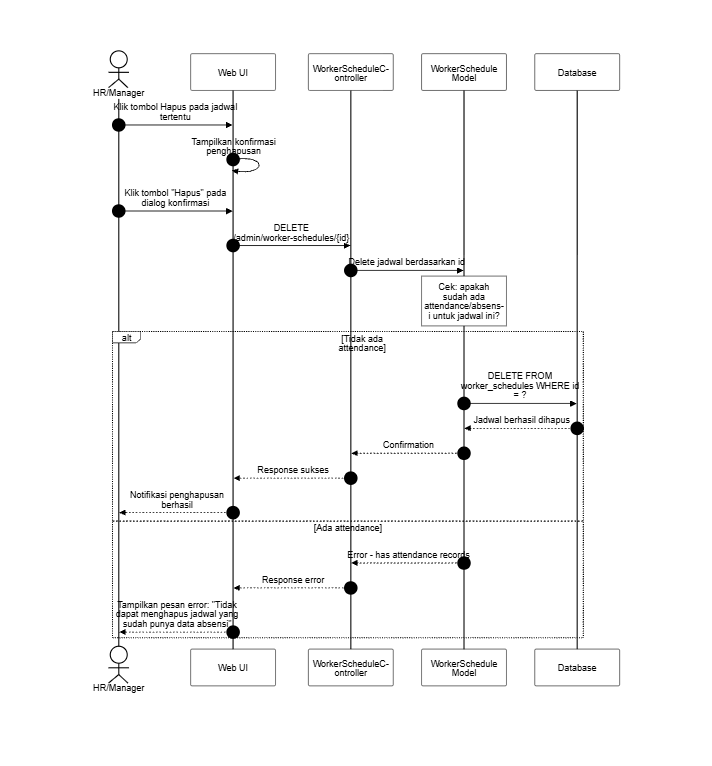
Above: docs/SequenceDiagram/PNG_Transparent/KelolaJadwalPegawai-Hapus.png in SulaimanHafi23/SimpegRSHDI (Mermaid), before the change. Its source is kept beside it as docs/SequenceDiagram/KelolaJadwalPegawai-Hapus.mermaid. Its diagram source:
```mermaid
---
id: KelolaJadwalPegawai-HapusJadwal
title: Kelola Jadwal Pegawai - Hapus Jadwal
---
%%{init: {"theme": "base", "themeVariables": {"background": "#dddddd", "primaryColor": "#ffffff", "primaryBorderColor": "#000000", "primaryTextColor": "#000000", "lineColor": "#000000", "textColor": "#000000", "actorBkg": "#ffffff", "actorBorder": "#000000", "actorTextColor": "#000000", "activationBkgColor": "#ffffff", "activationBorderColor": "#000000", "signalColor": "#000000", "signalTextColor": "#000000", "labelBoxBkgColor": "#ffffff", "labelBoxBorderColor": "#000000", "labelTextColor": "#000000", "sequenceNumberColor": "#000000", "noteBkgColor": "#ffffff", "noteBorderColor": "#000000", "noteTextColor": "#000000"}, "sequence": {"useMaxWidth": true, "wrap": true, "messageFontSize": 12, "noteFontSize": 12}}}%%
sequenceDiagram
    autonumber
    actor HR as HR/Manager
    participant UI as Web UI
    participant C as WorkerScheduleController
    participant WS as WorkerSchedule Model
    participant DB as Database

    HR->>UI: Klik tombol Hapus pada jadwal tertentu
    UI->>UI: Tampilkan konfirmasi penghapusan
    HR->>UI: Klik tombol "Hapus" pada dialog konfirmasi
    UI->>C: DELETE /admin/worker-schedules/{id}
    C->>WS: Delete jadwal berdasarkan id
    note over WS: Cek: apakah sudah ada attendance/absensi untuk jadwal ini?
    alt Tidak ada attendance
        WS->>DB: DELETE FROM worker_schedules WHERE id = ?
        DB-->>WS: Jadwal berhasil dihapus
        WS-->>C: Confirmation
        C-->>UI: Response sukses
        UI-->>HR: Notifikasi penghapusan berhasil
    else Ada attendance
        WS-->>C: Error - has attendance records
        C-->>UI: Response error
        UI-->>HR: Tampilkan pesan error: "Tidak dapat menghapus jadwal yang sudah punya data absensi"
    end
```
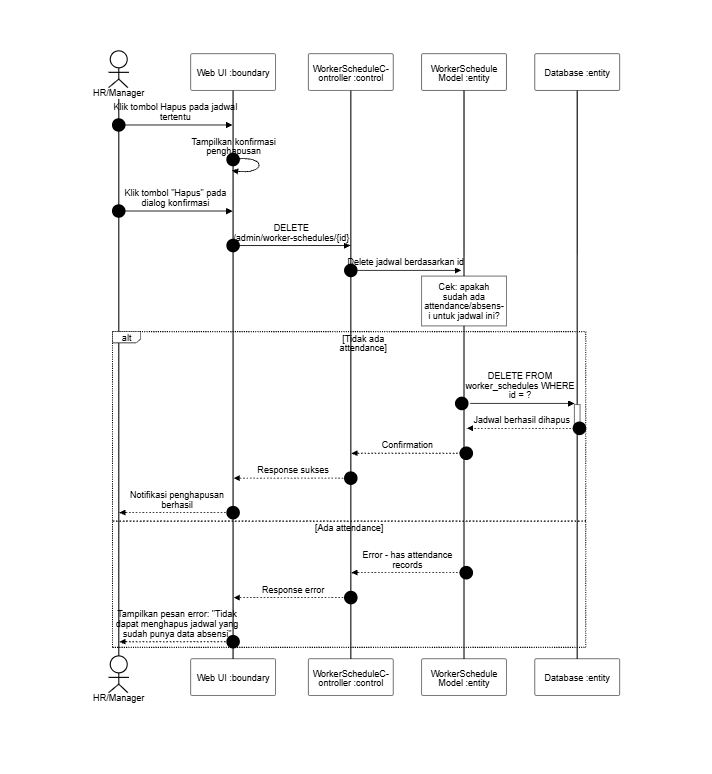
The same diagram one commit later.

Diff of the diagram source:
```diff
@@ -6,20 +6,20 @@
 sequenceDiagram
     autonumber
     actor HR as HR/Manager
-    participant UI as Web UI
-    participant C as WorkerScheduleController
-    participant WS as WorkerSchedule Model
-    participant DB as Database
+    participant UI as Web UI :boundary
+    participant C as WorkerScheduleController :control
+    participant WS as WorkerSchedule Model :entity
+    participant DB as Database :entity
 
     HR->>UI: Klik tombol Hapus pada jadwal tertentu
     UI->>UI: Tampilkan konfirmasi penghapusan
     HR->>UI: Klik tombol "Hapus" pada dialog konfirmasi
     UI->>C: DELETE /admin/worker-schedules/{id}
-    C->>WS: Delete jadwal berdasarkan id
+    C->>+WS: Delete jadwal berdasarkan id
     note over WS: Cek: apakah sudah ada attendance/absensi untuk jadwal ini?
     alt Tidak ada attendance
-        WS->>DB: DELETE FROM worker_schedules WHERE id = ?
-        DB-->>WS: Jadwal berhasil dihapus
+        WS->>+DB: DELETE FROM worker_schedules WHERE id = ?
+        DB-->>-WS: Jadwal berhasil dihapus
         WS-->>C: Confirmation
         C-->>UI: Response sukses
         UI-->>HR: Notifikasi penghapusan berhasil
```
